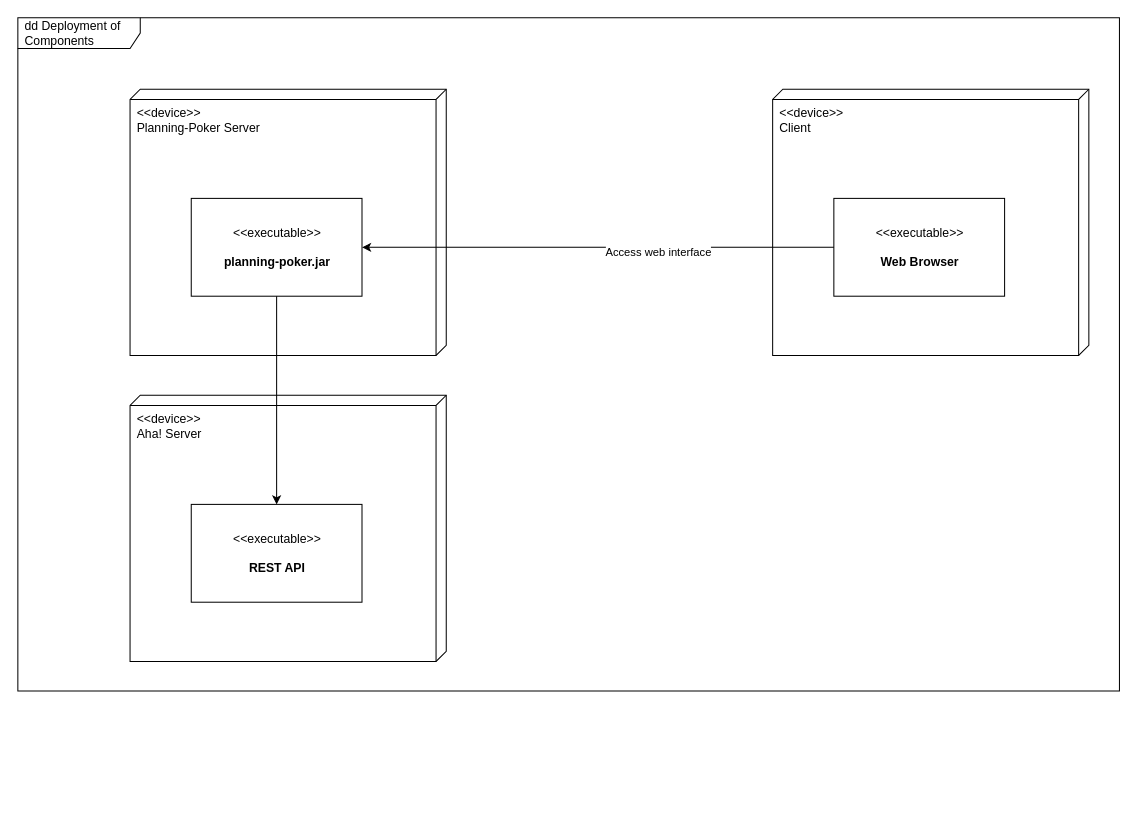
Above: docs/deployment.drawio in RillingDev/planning-poker (draw.io), before the change. Source tidied: cells renumbered, new cells numbered last; positions are measured from the earlier drawing's top-left corner, leaving out a move shared by most shapes. Both pictures are drawn from the tidied source at 102%, with x=0, y=0 at pixel (17, 17).
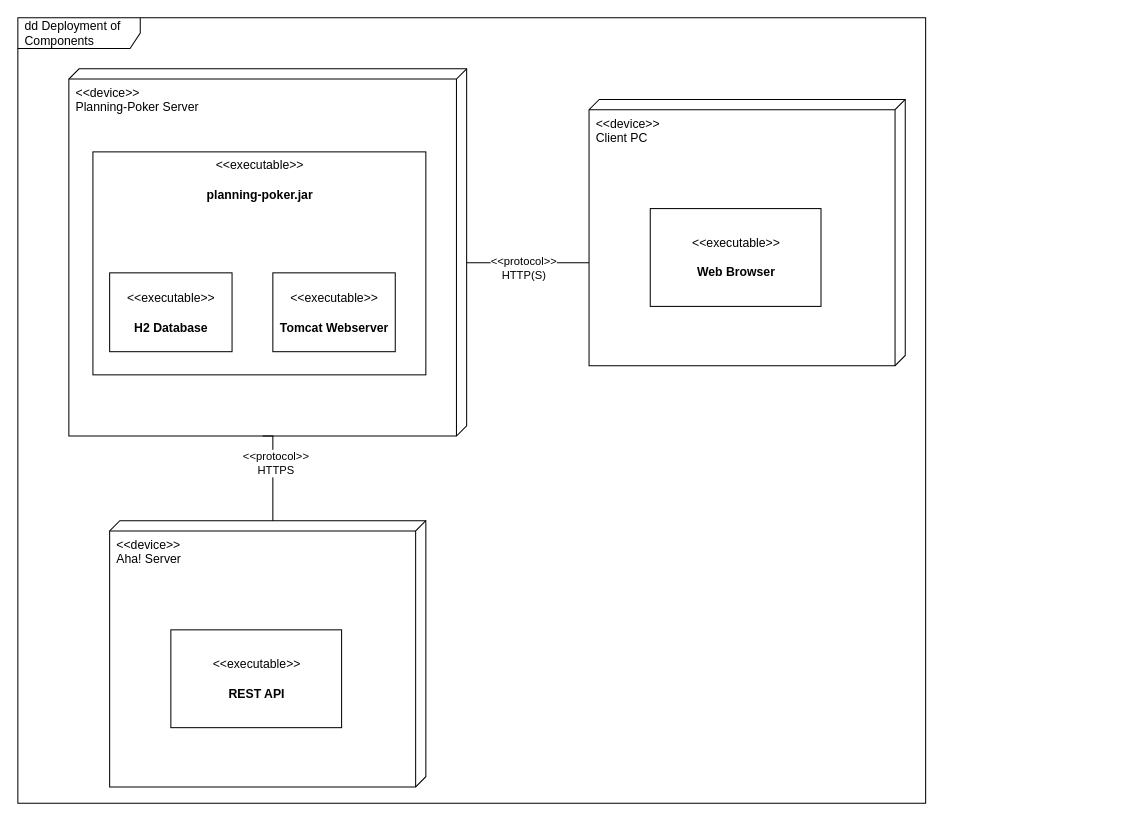
Above is the later version.

What changed in the source:
```diff
@@
 <mxGraphModel>
   <root>
     <mxCell id="0" />
     <mxCell id="1" parent="0" />
     <mxCell id="2" value="dd Deployment of Components" style="shape=umlFrame;whiteSpace=wrap;html=1;width=120;height=30;boundedLbl=1;verticalAlign=middle;align=left;spacingLeft=5;" parent="1" vertex="1">
-      <mxGeometry width="1080" height="660" as="geometry" />
+      <mxGeometry width="890" height="770" as="geometry" />
     </mxCell>
     <mxCell id="3" value="&amp;lt;&amp;lt;device&amp;gt;&amp;gt;&lt;br&gt;Planning-Poker Server" style="verticalAlign=top;align=left;shape=cube;size=10;direction=south;fontStyle=0;html=1;boundedLbl=1;spacingLeft=5;" parent="1" vertex="1">
-      <mxGeometry x="110" y="70" width="310" height="261" as="geometry" />
+      <mxGeometry x="50" y="50" width="390" height="360" as="geometry" />
     </mxCell>
-    <mxCell id="4" value="&amp;lt;&amp;lt;executable&amp;gt;&amp;gt;&lt;br&gt;&lt;br&gt;&lt;b&gt;planning-poker.jar&lt;/b&gt;" style="text;html=1;align=center;verticalAlign=middle;dashed=0;fillColor=#ffffff;strokeColor=#000000;" parent="3" vertex="1">
-      <mxGeometry x="60" y="107" width="167.4" height="95.9" as="geometry" />
+    <mxCell id="4" value="&amp;lt;&amp;lt;executable&amp;gt;&amp;gt;&lt;br&gt;&lt;br&gt;&lt;b&gt;planning-poker.jar&lt;/b&gt;" style="text;html=1;align=center;verticalAlign=top;dashed=0;fillColor=#ffffff;strokeColor=#000000;" parent="3" vertex="1">
+      <mxGeometry x="23.6" y="81.4" width="326.4" height="218.6" as="geometry" />
     </mxCell>
+    <mxCell id="12" value="&amp;lt;&amp;lt;executable&amp;gt;&amp;gt;&lt;br&gt;&lt;br&gt;&lt;b&gt;H2 Database&lt;/b&gt;" style="text;html=1;align=center;verticalAlign=middle;dashed=0;fillColor=#ffffff;strokeColor=#000000;" parent="3" vertex="1">
+      <mxGeometry x="40" y="200" width="120" height="77.3" as="geometry" />
+    </mxCell>
+    <mxCell id="13" value="&amp;lt;&amp;lt;executable&amp;gt;&amp;gt;&lt;br&gt;&lt;br&gt;&lt;b&gt;Tomcat Webserver&lt;/b&gt;" style="text;html=1;align=center;verticalAlign=middle;dashed=0;fillColor=#ffffff;strokeColor=#000000;" parent="3" vertex="1">
+      <mxGeometry x="200" y="200" width="120" height="77.3" as="geometry" />
+    </mxCell>
-    <mxCell id="5" value="&amp;lt;&amp;lt;device&amp;gt;&amp;gt;&lt;br&gt;Client" style="verticalAlign=top;align=left;shape=cube;size=10;direction=south;fontStyle=0;html=1;boundedLbl=1;spacingLeft=5;" parent="1" vertex="1">
-      <mxGeometry x="740" y="70" width="310" height="261" as="geometry" />
+    <mxCell id="5" value="&amp;lt;&amp;lt;device&amp;gt;&amp;gt;&lt;br&gt;Client PC" style="verticalAlign=top;align=left;shape=cube;size=10;direction=south;fontStyle=0;html=1;boundedLbl=1;spacingLeft=5;" parent="1" vertex="1">
+      <mxGeometry x="560" y="80" width="310" height="261" as="geometry" />
     </mxCell>
     <mxCell id="6" value="&amp;lt;&amp;lt;executable&amp;gt;&amp;gt;&lt;br&gt;&lt;br&gt;&lt;b&gt;Web Browser&lt;/b&gt;" style="text;html=1;align=center;verticalAlign=middle;dashed=0;fillColor=#ffffff;strokeColor=#000000;" parent="5" vertex="1">
       <mxGeometry x="60" y="107" width="167.4" height="95.9" as="geometry" />
     </mxCell>
-    <mxCell id="7" style="edgeStyle=orthogonalEdgeStyle;rounded=0;jettySize=auto;html=1;exitX=0;exitY=0.5;exitDx=0;exitDy=0;" parent="1" edge="1" source="6" target="4">
-      <mxGeometry relative="1" as="geometry" />
+    <mxCell id="7" style="edgeStyle=orthogonalEdgeStyle;rounded=0;orthogonalLoop=1;jettySize=auto;html=1;endArrow=none;endFill=0;" parent="1" edge="1">
+      <mxGeometry relative="1" as="geometry">
+        <mxPoint x="560" y="240" as="sourcePoint" />
+        <mxPoint x="440" y="240" as="targetPoint" />
+      </mxGeometry>
     </mxCell>
-    <mxCell id="8" value="Access web interface" style="edgeLabel;html=1;align=center;verticalAlign=middle;" parent="7" vertex="1">
-      <mxGeometry x="-0.25" y="5" relative="1" as="geometry" />
+    <mxCell id="8" value="&amp;lt;&amp;lt;protocol&amp;gt;&amp;gt;&lt;br&gt;HTTP(S)" style="edgeLabel;html=1;align=center;verticalAlign=middle;" parent="7" vertex="1">
+      <mxGeometry x="-0.25" y="5" relative="1" as="geometry">
+        <mxPoint x="-20" as="offset" />
+      </mxGeometry>
     </mxCell>
     <mxCell id="9" value="&amp;lt;&amp;lt;device&amp;gt;&amp;gt;&lt;br&gt;Aha! Server" style="verticalAlign=top;align=left;shape=cube;size=10;direction=south;fontStyle=0;html=1;boundedLbl=1;spacingLeft=5;" parent="1" vertex="1">
-      <mxGeometry x="110" y="370" width="310" height="261" as="geometry" />
+      <mxGeometry x="90" y="493" width="310" height="261" as="geometry" />
     </mxCell>
     <mxCell id="10" value="&amp;lt;&amp;lt;executable&amp;gt;&amp;gt;&lt;br&gt;&lt;br&gt;&lt;b&gt;REST API&lt;/b&gt;" style="text;html=1;align=center;verticalAlign=middle;dashed=0;fillColor=#ffffff;strokeColor=#000000;" parent="9" vertex="1">
       <mxGeometry x="60" y="107" width="167.4" height="95.9" as="geometry" />
     </mxCell>
-    <mxCell id="11" style="edgeStyle=orthogonalEdgeStyle;rounded=0;jettySize=auto;html=1;exitX=0.5;exitY=1;exitDx=0;exitDy=0;" parent="1" edge="1" source="4" target="10">
-      <mxGeometry relative="1" as="geometry" />
+    <mxCell id="11" style="edgeStyle=orthogonalEdgeStyle;rounded=0;jettySize=auto;html=1;endArrow=none;endFill=0;entryX=0;entryY=0;entryDx=0;entryDy=150;entryPerimeter=0;exitX=0;exitY=0;exitDx=360;exitDy=200;exitPerimeter=0;" parent="1" edge="1" source="3" target="9">
+      <mxGeometry relative="1" as="geometry">
+        <Array as="points">
+          <mxPoint x="250" y="410" />
+        </Array>
+      </mxGeometry>
     </mxCell>
+    <mxCell id="14" value="&amp;lt;&amp;lt;protocol&amp;gt;&amp;gt;&lt;br&gt;HTTPS" style="edgeLabel;html=1;align=center;verticalAlign=middle;" parent="11" vertex="1">
+      <mxGeometry x="-0.22" y="2" relative="1" as="geometry" />
+    </mxCell>
   </root>
 </mxGraphModel>
```
